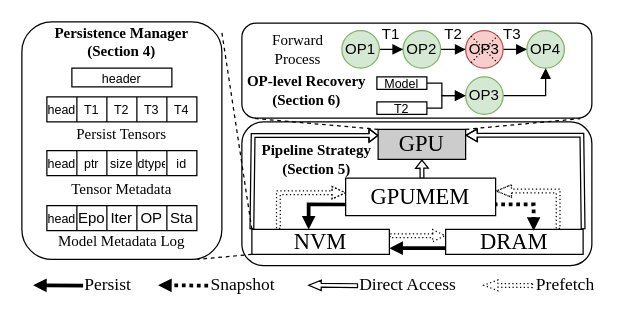
Before: fig/system_design.drawio in icszhr/NCheck, a draw.io diagram. Source tidied: cells renumbered, new cells numbered last; positions are measured from the earlier drawing's top-left corner, leaving out a move shared by most shapes. Both pictures are drawn from the tidied source at 125%, with x=0, y=0 at pixel (21, 21).
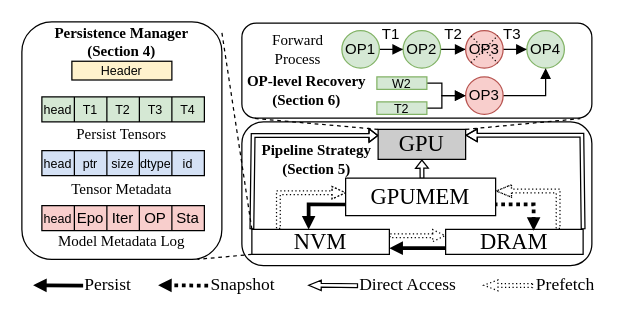
The same diagram, later.

The edit, as a diff of the source:
```diff
@@
-    <mxCell id="17" style="shape=table;startSize=0;childLayout=tableLayout;fontSize=12;" parent="1" vertex="1">
-      <mxGeometry x="20" y="60" width="120" height="20" as="geometry" />
+    <mxCell id="17" style="shape=table;startSize=0;childLayout=tableLayout;fontSize=12;fillColor=#D5E8D4;" parent="1" vertex="1">
+      <mxGeometry x="16" y="60" width="130" height="20" as="geometry" />
     </mxCell>
     <mxCell id="18" style="shape=tableRow;horizontal=0;startSize=0;swimlaneHead=0;swimlaneBody=0;strokeColor=inherit;top=0;left=0;bottom=0;right=0;fillColor=none;" parent="17" vertex="1">
-      <mxGeometry width="120" height="20" as="geometry" />
+      <mxGeometry width="130" height="20" as="geometry" />
     </mxCell>
     <mxCell id="19" value="&lt;font face=&quot;Helvetica&quot; style=&quot;font-size: 10px;&quot;&gt;head&lt;/font&gt;" style="shape=partialRectangle;html=1;whiteSpace=wrap;strokeColor=inherit;overflow=hidden;fillColor=none;top=0;left=0;bottom=0;right=0;" parent="18" vertex="1">
-      <mxGeometry width="24" height="20" as="geometry" />
+      <mxGeometry width="26" height="20" as="geometry" />
     </mxCell>
     <mxCell id="20" value="T1" style="shape=partialRectangle;html=1;whiteSpace=wrap;strokeColor=inherit;overflow=hidden;fillColor=none;top=0;left=0;bottom=0;right=0;fontSize=10;" parent="18" vertex="1">
-      <mxGeometry x="24" width="24" height="20" as="geometry" />
+      <mxGeometry x="26" width="26" height="20" as="geometry" />
     </mxCell>
     <mxCell id="21" value="T2" style="shape=partialRectangle;html=1;whiteSpace=wrap;strokeColor=inherit;overflow=hidden;fillColor=none;top=0;left=0;bottom=0;right=0;fontSize=10;" parent="18" vertex="1">
-      <mxGeometry x="48" width="24" height="20" as="geometry" />
+      <mxGeometry x="52" width="26" height="20" as="geometry" />
     </mxCell>
     <mxCell id="22" value="T3" style="shape=partialRectangle;html=1;whiteSpace=wrap;strokeColor=inherit;overflow=hidden;fillColor=none;top=0;left=0;bottom=0;right=0;fontSize=10;" parent="18" vertex="1">
-      <mxGeometry x="72" width="24" height="20" as="geometry" />
+      <mxGeometry x="78" width="26" height="20" as="geometry" />
     </mxCell>
     <mxCell id="23" value="T4" style="shape=partialRectangle;html=1;whiteSpace=wrap;strokeColor=inherit;overflow=hidden;fillColor=none;top=0;left=0;bottom=0;right=0;fontSize=10;" parent="18" vertex="1">
-      <mxGeometry x="96" width="24" height="20" as="geometry" />
+      <mxGeometry x="104" width="26" height="20" as="geometry" />
     </mxCell>
@@
-    <mxCell id="25" style="shape=table;startSize=0;childLayout=tableLayout;" parent="1" vertex="1">
-      <mxGeometry x="20" y="103" width="120" height="20" as="geometry" />
+    <mxCell id="25" style="shape=table;startSize=0;childLayout=tableLayout;fillColor=#D4E1F5;" parent="1" vertex="1">
+      <mxGeometry x="16" y="103" width="130" height="20" as="geometry" />
     </mxCell>
     <mxCell id="26" style="shape=tableRow;horizontal=0;startSize=0;swimlaneHead=0;swimlaneBody=0;strokeColor=inherit;top=0;left=0;bottom=0;right=0;fillColor=none;" parent="25" vertex="1">
-      <mxGeometry width="120" height="20" as="geometry" />
+      <mxGeometry width="130" height="20" as="geometry" />
     </mxCell>
     <mxCell id="27" value="&lt;font style=&quot;font-size: 10px;&quot;&gt;head&lt;/font&gt;" style="shape=partialRectangle;html=1;whiteSpace=wrap;strokeColor=inherit;overflow=hidden;fillColor=none;top=0;left=0;bottom=0;right=0;" parent="26" vertex="1">
-      <mxGeometry width="24" height="20" as="geometry" />
+      <mxGeometry width="26" height="20" as="geometry" />
     </mxCell>
     <mxCell id="28" value="&lt;font style=&quot;font-size: 10px;&quot;&gt;ptr&lt;/font&gt;" style="shape=partialRectangle;html=1;whiteSpace=wrap;strokeColor=inherit;overflow=hidden;fillColor=none;top=0;left=0;bottom=0;right=0;" parent="26" vertex="1">
-      <mxGeometry x="24" width="24" height="20" as="geometry" />
+      <mxGeometry x="26" width="26" height="20" as="geometry" />
     </mxCell>
     <mxCell id="29" value="&lt;font style=&quot;font-size: 10px;&quot;&gt;size&lt;/font&gt;" style="shape=partialRectangle;html=1;whiteSpace=wrap;strokeColor=inherit;overflow=hidden;fillColor=none;top=0;left=0;bottom=0;right=0;" parent="26" vertex="1">
-      <mxGeometry x="48" width="24" height="20" as="geometry" />
+      <mxGeometry x="52" width="26" height="20" as="geometry" />
     </mxCell>
     <mxCell id="30" value="&lt;font style=&quot;font-size: 10px;&quot;&gt;dtype&lt;/font&gt;" style="shape=partialRectangle;html=1;whiteSpace=wrap;strokeColor=inherit;overflow=hidden;fillColor=none;top=0;left=0;bottom=0;right=0;" parent="26" vertex="1">
-      <mxGeometry x="72" width="24" height="20" as="geometry" />
+      <mxGeometry x="78" width="26" height="20" as="geometry" />
     </mxCell>
     <mxCell id="31" value="&lt;font style=&quot;font-size: 10px;&quot;&gt;id&lt;/font&gt;" style="shape=partialRectangle;html=1;whiteSpace=wrap;strokeColor=inherit;overflow=hidden;fillColor=none;top=0;left=0;bottom=0;right=0;" parent="26" vertex="1">
-      <mxGeometry x="96" width="24" height="20" as="geometry" />
+      <mxGeometry x="104" width="26" height="20" as="geometry" />
     </mxCell>
@@
-    <mxCell id="33" style="shape=table;startSize=0;childLayout=tableLayout;" parent="1" vertex="1">
-      <mxGeometry x="20" y="147" width="120" height="20" as="geometry" />
+    <mxCell id="33" style="shape=table;startSize=0;childLayout=tableLayout;fillColor=#F8CECC;" parent="1" vertex="1">
+      <mxGeometry x="16" y="147" width="130" height="20" as="geometry" />
     </mxCell>
     <mxCell id="34" style="shape=tableRow;horizontal=0;startSize=0;swimlaneHead=0;swimlaneBody=0;strokeColor=inherit;top=0;left=0;bottom=0;right=0;fillColor=none;" parent="33" vertex="1">
-      <mxGeometry width="120" height="20" as="geometry" />
+      <mxGeometry width="130" height="20" as="geometry" />
     </mxCell>
     <mxCell id="35" value="&lt;font style=&quot;font-size: 10px;&quot;&gt;head&lt;/font&gt;" style="shape=partialRectangle;html=1;whiteSpace=wrap;strokeColor=inherit;overflow=hidden;fillColor=none;top=0;left=0;bottom=0;right=0;" parent="34" vertex="1">
-      <mxGeometry width="24" height="20" as="geometry" />
+      <mxGeometry width="26" height="20" as="geometry" />
     </mxCell>
     <mxCell id="36" value="Epo" style="shape=partialRectangle;html=1;whiteSpace=wrap;strokeColor=inherit;overflow=hidden;fillColor=none;top=0;left=0;bottom=0;right=0;" parent="34" vertex="1">
-      <mxGeometry x="24" width="24" height="20" as="geometry" />
+      <mxGeometry x="26" width="26" height="20" as="geometry" />
     </mxCell>
     <mxCell id="37" value="Iter" style="shape=partialRectangle;html=1;whiteSpace=wrap;strokeColor=inherit;overflow=hidden;fillColor=none;top=0;left=0;bottom=0;right=0;" parent="34" vertex="1">
-      <mxGeometry x="48" width="24" height="20" as="geometry" />
+      <mxGeometry x="52" width="26" height="20" as="geometry" />
     </mxCell>
     <mxCell id="38" value="OP" style="shape=partialRectangle;html=1;whiteSpace=wrap;strokeColor=inherit;overflow=hidden;fillColor=none;top=0;left=0;bottom=0;right=0;" parent="34" vertex="1">
-      <mxGeometry x="72" width="24" height="20" as="geometry" />
+      <mxGeometry x="78" width="26" height="20" as="geometry" />
     </mxCell>
     <mxCell id="39" value="Sta" style="shape=partialRectangle;html=1;whiteSpace=wrap;strokeColor=inherit;overflow=hidden;fillColor=none;top=0;left=0;bottom=0;right=0;" parent="34" vertex="1">
-      <mxGeometry x="96" width="24" height="20" as="geometry" />
+      <mxGeometry x="104" width="26" height="20" as="geometry" />
     </mxCell>
@@
-    <mxCell id="50" value="&lt;p style=&quot;line-height: 100%;&quot;&gt;&lt;font style=&quot;font-size: 10px;&quot;&gt;header&lt;/font&gt;&lt;/p&gt;" style="rounded=0;whiteSpace=wrap;html=1;" parent="1" vertex="1">
-      <mxGeometry x="40" y="37" width="80" height="15" as="geometry" />
+    <mxCell id="50" value="&lt;p style=&quot;line-height: 100%;&quot;&gt;&lt;font style=&quot;font-size: 10px;&quot;&gt;Header&lt;/font&gt;&lt;/p&gt;" style="rounded=0;whiteSpace=wrap;html=1;fillColor=#FFF2CC;" parent="1" vertex="1">
+      <mxGeometry x="40" y="31.5" width="80" height="15" as="geometry" />
     </mxCell>
@@
-    <mxCell id="64" value="OP3" style="ellipse;whiteSpace=wrap;html=1;fillColor=#d5e8d4;strokeColor=#82b366;" parent="1" vertex="1">
+    <mxCell id="64" value="OP3" style="ellipse;whiteSpace=wrap;html=1;fillColor=#f8cecc;strokeColor=#b85450;" parent="1" vertex="1">
       <mxGeometry x="355" y="44" width="30" height="30" as="geometry" />
     </mxCell>
@@
-    <mxCell id="72" value="&lt;p style=&quot;line-height: 100%;&quot;&gt;&lt;font style=&quot;font-size: 10px;&quot;&gt;Model&lt;/font&gt;&lt;/p&gt;" style="rounded=0;whiteSpace=wrap;html=1;" parent="1" vertex="1">
+    <mxCell id="72" value="&lt;p style=&quot;line-height: 100%;&quot;&gt;&lt;font style=&quot;font-size: 10px;&quot;&gt;W2&lt;/font&gt;&lt;/p&gt;" style="rounded=0;whiteSpace=wrap;html=1;fillColor=#d5e8d4;strokeColor=#82b366;" parent="1" vertex="1">
       <mxGeometry x="284" y="44" width="40" height="10" as="geometry" />
     </mxCell>
@@
-    <mxCell id="74" value="&lt;p style=&quot;line-height: 100%;&quot;&gt;&lt;font style=&quot;font-size: 10px;&quot;&gt;T2&lt;/font&gt;&lt;/p&gt;" style="rounded=0;whiteSpace=wrap;html=1;" parent="1" vertex="1">
+    <mxCell id="74" value="&lt;p style=&quot;line-height: 100%;&quot;&gt;&lt;font style=&quot;font-size: 10px;&quot;&gt;T2&lt;/font&gt;&lt;/p&gt;" style="rounded=0;whiteSpace=wrap;html=1;fillColor=#d5e8d4;strokeColor=#82b366;" parent="1" vertex="1">
       <mxGeometry x="284" y="64" width="40" height="10" as="geometry" />
     </mxCell>
```
